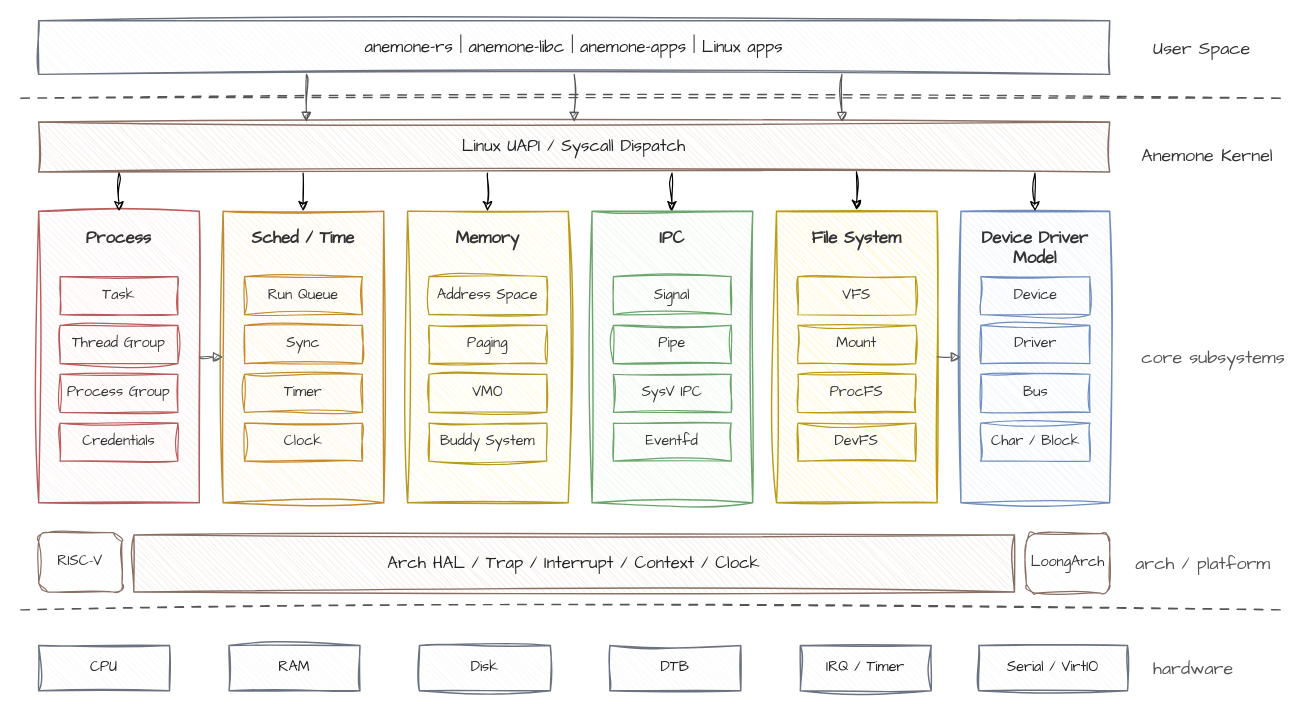
Above: report/kernel-report/assets/anemone-architecture.drawio in anemone-os/anemone (draw.io), before the change. Source tidied: cells renumbered, new cells numbered last; positions are measured from the earlier drawing's top-left corner, leaving out a move shared by most shapes. Both pictures are drawn from the tidied source at 119%, with x=0, y=0 at pixel (20, 20).
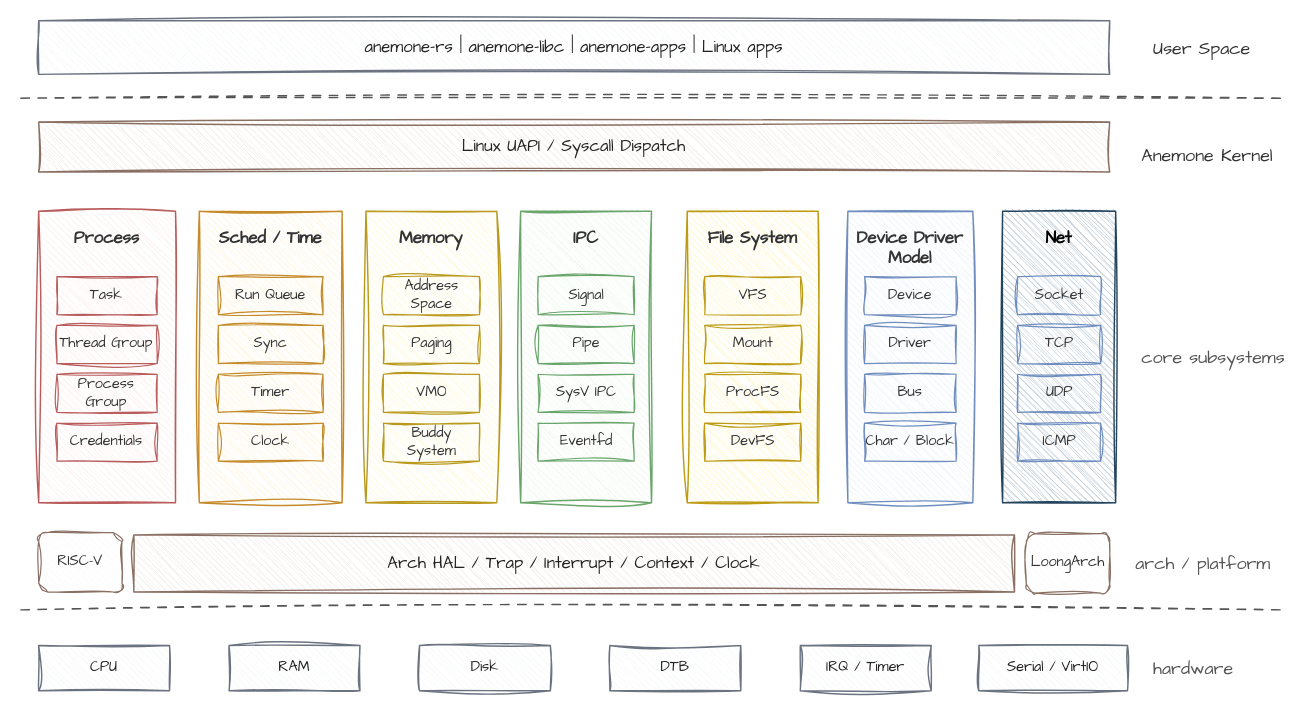
The same page after the edit.

Unchanged cells that the change refers to:
```xml
<mxCell id="2" value="anemone-rs | anemone-libc | anemone-apps | Linux apps" style="rounded=0;whiteSpace=wrap;html=1;hachureGap=4;hachureAngle=45;roughness=1;fillColor=#f7f8fa;strokeColor=#6b7280;fontColor=#222222;fontFamily=Comic Sans MS;fontSize=14;strokeWidth=1.2;sketch=1;curveFitting=1;jiggle=2;" parent="1" vertex="1">
  <mxGeometry x="15" width="900" height="45" as="geometry" />
</mxCell>
<mxCell id="3" value="Linux UAPI / Syscall Dispatch" style="rounded=0;whiteSpace=wrap;html=1;hachureGap=4;hachureAngle=45;roughness=1;fillColor=#f1ebe7;strokeColor=#8a6f63;fontColor=#222222;fontFamily=Comic Sans MS;fontSize=14;strokeWidth=1.2;sketch=1;curveFitting=1;jiggle=2;" parent="1" vertex="1">
  <mxGeometry x="15" y="85" width="900" height="42" as="geometry" />
</mxCell>
```

What changed in the source:
```diff
@@
     <mxCell id="7" value="Process" style="rounded=0;whiteSpace=wrap;html=1;hachureGap=4;hachureAngle=45;roughness=1;fillColor=#fdeeee;strokeColor=#b95c5c;fontColor=#333333;fontFamily=Comic Sans MS;fontSize=14;fontStyle=1;verticalAlign=top;spacingTop=8;strokeWidth=1.2;sketch=1;curveFitting=1;jiggle=2;" parent="1" vertex="1">
-      <mxGeometry x="15" y="160" width="135" height="245" as="geometry" />
+      <mxGeometry x="15" y="160" width="115" height="245" as="geometry" />
     </mxCell>
     <mxCell id="8" value="Task" style="rounded=0;whiteSpace=wrap;html=1;hachureGap=4;hachureAngle=45;roughness=1;fillColor=#fff6f6;strokeColor=#b95c5c;fontColor=#333333;fontFamily=Comic Sans MS;fontSize=12;strokeWidth=1;sketch=1;curveFitting=1;jiggle=2;" parent="7" vertex="1">
-      <mxGeometry x="18" y="55" width="99" height="32" as="geometry" />
+      <mxGeometry x="15.3" y="55" width="84.3" height="32" as="geometry" />
     </mxCell>
     <mxCell id="9" value="Thread Group" style="rounded=0;whiteSpace=wrap;html=1;hachureGap=4;hachureAngle=45;roughness=1;fillColor=#fff6f6;strokeColor=#b95c5c;fontColor=#333333;fontFamily=Comic Sans MS;fontSize=12;strokeWidth=1;sketch=1;curveFitting=1;jiggle=2;" parent="7" vertex="1">
-      <mxGeometry x="18" y="96" width="99" height="32" as="geometry" />
+      <mxGeometry x="15.3" y="96" width="84.3" height="32" as="geometry" />
     </mxCell>
     <mxCell id="10" value="Process Group" style="rounded=0;whiteSpace=wrap;html=1;hachureGap=4;hachureAngle=45;roughness=1;fillColor=#fff6f6;strokeColor=#b95c5c;fontColor=#333333;fontFamily=Comic Sans MS;fontSize=12;strokeWidth=1;sketch=1;curveFitting=1;jiggle=2;" parent="7" vertex="1">
-      <mxGeometry x="18" y="137" width="99" height="32" as="geometry" />
+      <mxGeometry x="15.3" y="137" width="84.3" height="32" as="geometry" />
     </mxCell>
     <mxCell id="11" value="Credentials" style="rounded=0;whiteSpace=wrap;html=1;hachureGap=4;hachureAngle=45;roughness=1;fillColor=#fff6f6;strokeColor=#b95c5c;fontColor=#333333;fontFamily=Comic Sans MS;fontSize=12;strokeWidth=1;sketch=1;curveFitting=1;jiggle=2;" parent="7" vertex="1">
-      <mxGeometry x="18" y="178" width="99" height="32" as="geometry" />
+      <mxGeometry x="15.3" y="178" width="84.3" height="32" as="geometry" />
     </mxCell>
     <mxCell id="12" value="Sched / Time" style="rounded=0;whiteSpace=wrap;html=1;hachureGap=4;hachureAngle=45;roughness=1;fillColor=#fff4dc;strokeColor=#c58a2a;fontColor=#333333;fontFamily=Comic Sans MS;fontSize=14;fontStyle=1;verticalAlign=top;spacingTop=8;strokeWidth=1.2;sketch=1;curveFitting=1;jiggle=2;" parent="1" vertex="1">
-      <mxGeometry x="170" y="160" width="135" height="245" as="geometry" />
+      <mxGeometry x="150" y="160" width="120" height="245" as="geometry" />
     </mxCell>
     <mxCell id="13" value="Run Queue" style="rounded=0;whiteSpace=wrap;html=1;hachureGap=4;hachureAngle=45;roughness=1;fillColor=#fffaf0;strokeColor=#c58a2a;fontColor=#333333;fontFamily=Comic Sans MS;fontSize=12;strokeWidth=1;sketch=1;curveFitting=1;jiggle=2;" parent="12" vertex="1">
-      <mxGeometry x="18" y="55" width="99" height="32" as="geometry" />
+      <mxGeometry x="16" y="55" width="88" height="32" as="geometry" />
     </mxCell>
     <mxCell id="14" value="Sync" style="rounded=0;whiteSpace=wrap;html=1;hachureGap=4;hachureAngle=45;roughness=1;fillColor=#fffaf0;strokeColor=#c58a2a;fontColor=#333333;fontFamily=Comic Sans MS;fontSize=12;strokeWidth=1;sketch=1;curveFitting=1;jiggle=2;" parent="12" vertex="1">
-      <mxGeometry x="18" y="96" width="99" height="32" as="geometry" />
+      <mxGeometry x="16" y="96" width="88" height="32" as="geometry" />
     </mxCell>
     <mxCell id="15" value="Timer" style="rounded=0;whiteSpace=wrap;html=1;hachureGap=4;hachureAngle=45;roughness=1;fillColor=#fffaf0;strokeColor=#c58a2a;fontColor=#333333;fontFamily=Comic Sans MS;fontSize=12;strokeWidth=1;sketch=1;curveFitting=1;jiggle=2;" parent="12" vertex="1">
-      <mxGeometry x="18" y="137" width="99" height="32" as="geometry" />
+      <mxGeometry x="16" y="137" width="88" height="32" as="geometry" />
     </mxCell>
     <mxCell id="16" value="Clock" style="rounded=0;whiteSpace=wrap;html=1;hachureGap=4;hachureAngle=45;roughness=1;fillColor=#fffaf0;strokeColor=#c58a2a;fontColor=#333333;fontFamily=Comic Sans MS;fontSize=12;strokeWidth=1;sketch=1;curveFitting=1;jiggle=2;" parent="12" vertex="1">
-      <mxGeometry x="18" y="178" width="99" height="32" as="geometry" />
+      <mxGeometry x="16" y="178" width="88" height="32" as="geometry" />
     </mxCell>
     <mxCell id="17" value="Memory" style="rounded=0;whiteSpace=wrap;html=1;hachureGap=4;hachureAngle=45;roughness=1;fillColor=#fff8d7;strokeColor=#b99a1f;fontColor=#333333;fontFamily=Comic Sans MS;fontSize=14;fontStyle=1;verticalAlign=top;spacingTop=8;strokeWidth=1.2;sketch=1;curveFitting=1;jiggle=2;" parent="1" vertex="1">
-      <mxGeometry x="325" y="160" width="135" height="245" as="geometry" />
+      <mxGeometry x="290" y="160" width="110" height="245" as="geometry" />
     </mxCell>
     <mxCell id="18" value="Address Space" style="rounded=0;whiteSpace=wrap;html=1;hachureGap=4;hachureAngle=45;roughness=1;fillColor=#fffdf0;strokeColor=#b99a1f;fontColor=#333333;fontFamily=Comic Sans MS;fontSize=12;strokeWidth=1;sketch=1;curveFitting=1;jiggle=2;" parent="17" vertex="1">
-      <mxGeometry x="18" y="55" width="99" height="32" as="geometry" />
+      <mxGeometry x="14.7" y="55" width="80.7" height="32" as="geometry" />
     </mxCell>
     <mxCell id="19" value="Paging" style="rounded=0;whiteSpace=wrap;html=1;hachureGap=4;hachureAngle=45;roughness=1;fillColor=#fffdf0;strokeColor=#b99a1f;fontColor=#333333;fontFamily=Comic Sans MS;fontSize=12;strokeWidth=1;sketch=1;curveFitting=1;jiggle=2;" parent="17" vertex="1">
-      <mxGeometry x="18" y="96" width="99" height="32" as="geometry" />
+      <mxGeometry x="14.7" y="96" width="80.7" height="32" as="geometry" />
     </mxCell>
     <mxCell id="20" value="VMO" style="rounded=0;whiteSpace=wrap;html=1;hachureGap=4;hachureAngle=45;roughness=1;fillColor=#fffdf0;strokeColor=#b99a1f;fontColor=#333333;fontFamily=Comic Sans MS;fontSize=12;strokeWidth=1;sketch=1;curveFitting=1;jiggle=2;" parent="17" vertex="1">
-      <mxGeometry x="18" y="137" width="99" height="32" as="geometry" />
+      <mxGeometry x="14.7" y="137" width="80.7" height="32" as="geometry" />
     </mxCell>
     <mxCell id="21" value="Buddy System" style="rounded=0;whiteSpace=wrap;html=1;hachureGap=4;hachureAngle=45;roughness=1;fillColor=#fffdf0;strokeColor=#b99a1f;fontColor=#333333;fontFamily=Comic Sans MS;fontSize=12;strokeWidth=1;sketch=1;curveFitting=1;jiggle=2;" parent="17" vertex="1">
-      <mxGeometry x="18" y="178" width="99" height="32" as="geometry" />
+      <mxGeometry x="14.7" y="178" width="80.7" height="32" as="geometry" />
     </mxCell>
     <mxCell id="22" value="IPC" style="rounded=0;whiteSpace=wrap;html=1;hachureGap=4;hachureAngle=45;roughness=1;fillColor=#edf7ec;strokeColor=#6aa56b;fontColor=#333333;fontFamily=Comic Sans MS;fontSize=14;fontStyle=1;verticalAlign=top;spacingTop=8;strokeWidth=1.2;sketch=1;curveFitting=1;jiggle=2;" parent="1" vertex="1">
-      <mxGeometry x="480" y="160" width="135" height="245" as="geometry" />
+      <mxGeometry x="420" y="160" width="110" height="245" as="geometry" />
     </mxCell>
     <mxCell id="23" value="Signal" style="rounded=0;whiteSpace=wrap;html=1;hachureGap=4;hachureAngle=45;roughness=1;fillColor=#f7fff6;strokeColor=#6aa56b;fontColor=#333333;fontFamily=Comic Sans MS;fontSize=12;strokeWidth=1;sketch=1;curveFitting=1;jiggle=2;" parent="22" vertex="1">
-      <mxGeometry x="18" y="55" width="99" height="32" as="geometry" />
+      <mxGeometry x="14.7" y="55" width="80.7" height="32" as="geometry" />
     </mxCell>
     <mxCell id="24" value="Pipe" style="rounded=0;whiteSpace=wrap;html=1;hachureGap=4;hachureAngle=45;roughness=1;fillColor=#f7fff6;strokeColor=#6aa56b;fontColor=#333333;fontFamily=Comic Sans MS;fontSize=12;strokeWidth=1;sketch=1;curveFitting=1;jiggle=2;" parent="22" vertex="1">
-      <mxGeometry x="18" y="96" width="99" height="32" as="geometry" />
+      <mxGeometry x="14.7" y="96" width="80.7" height="32" as="geometry" />
     </mxCell>
     <mxCell id="25" value="SysV IPC" style="rounded=0;whiteSpace=wrap;html=1;hachureGap=4;hachureAngle=45;roughness=1;fillColor=#f7fff6;strokeColor=#6aa56b;fontColor=#333333;fontFamily=Comic Sans MS;fontSize=12;strokeWidth=1;sketch=1;curveFitting=1;jiggle=2;" parent="22" vertex="1">
-      <mxGeometry x="18" y="137" width="99" height="32" as="geometry" />
+      <mxGeometry x="14.7" y="137" width="80.7" height="32" as="geometry" />
     </mxCell>
     <mxCell id="26" value="Eventfd" style="rounded=0;whiteSpace=wrap;html=1;hachureGap=4;hachureAngle=45;roughness=1;fillColor=#f7fff6;strokeColor=#6aa56b;fontColor=#333333;fontFamily=Comic Sans MS;fontSize=12;strokeWidth=1;sketch=1;curveFitting=1;jiggle=2;" parent="22" vertex="1">
-      <mxGeometry x="18" y="178" width="99" height="32" as="geometry" />
+      <mxGeometry x="14.7" y="178" width="80.7" height="32" as="geometry" />
     </mxCell>
     <mxCell id="27" value="File System" style="rounded=0;whiteSpace=wrap;html=1;hachureGap=4;hachureAngle=45;roughness=1;fillColor=#fff5c7;strokeColor=#bd9b15;fontColor=#333333;fontFamily=Comic Sans MS;fontSize=14;fontStyle=1;verticalAlign=top;spacingTop=8;strokeWidth=1.2;sketch=1;curveFitting=1;jiggle=2;" parent="1" vertex="1">
-      <mxGeometry x="635" y="160" width="135" height="245" as="geometry" />
+      <mxGeometry x="560" y="160" width="110" height="245" as="geometry" />
     </mxCell>
     <mxCell id="28" value="VFS" style="rounded=0;whiteSpace=wrap;html=1;hachureGap=4;hachureAngle=45;roughness=1;fillColor=#fffdf0;strokeColor=#bd9b15;fontColor=#333333;fontFamily=Comic Sans MS;fontSize=12;strokeWidth=1;sketch=1;curveFitting=1;jiggle=2;" parent="27" vertex="1">
-      <mxGeometry x="18" y="55" width="99" height="32" as="geometry" />
+      <mxGeometry x="14.7" y="55" width="80.7" height="32" as="geometry" />
     </mxCell>
     <mxCell id="29" value="Mount" style="rounded=0;whiteSpace=wrap;html=1;hachureGap=4;hachureAngle=45;roughness=1;fillColor=#fffdf0;strokeColor=#bd9b15;fontColor=#333333;fontFamily=Comic Sans MS;fontSize=12;strokeWidth=1;sketch=1;curveFitting=1;jiggle=2;" parent="27" vertex="1">
-      <mxGeometry x="18" y="96" width="99" height="32" as="geometry" />
+      <mxGeometry x="14.7" y="96" width="80.7" height="32" as="geometry" />
     </mxCell>
     <mxCell id="30" value="ProcFS" style="rounded=0;whiteSpace=wrap;html=1;hachureGap=4;hachureAngle=45;roughness=1;fillColor=#fffdf0;strokeColor=#bd9b15;fontColor=#333333;fontFamily=Comic Sans MS;fontSize=12;strokeWidth=1;sketch=1;curveFitting=1;jiggle=2;" parent="27" vertex="1">
-      <mxGeometry x="18" y="137" width="99" height="32" as="geometry" />
+      <mxGeometry x="14.7" y="137" width="80.7" height="32" as="geometry" />
     </mxCell>
     <mxCell id="31" value="DevFS" style="rounded=0;whiteSpace=wrap;html=1;hachureGap=4;hachureAngle=45;roughness=1;fillColor=#fffdf0;strokeColor=#bd9b15;fontColor=#333333;fontFamily=Comic Sans MS;fontSize=12;strokeWidth=1;sketch=1;curveFitting=1;jiggle=2;" parent="27" vertex="1">
-      <mxGeometry x="18" y="178" width="99" height="32" as="geometry" />
+      <mxGeometry x="14.7" y="178" width="80.7" height="32" as="geometry" />
     </mxCell>
     <mxCell id="32" value="Device Driver&#10;Model" style="rounded=0;whiteSpace=wrap;html=1;hachureGap=4;hachureAngle=45;roughness=1;fillColor=#edf3fb;strokeColor=#6f8ebf;fontColor=#333333;fontFamily=Comic Sans MS;fontSize=14;fontStyle=1;verticalAlign=top;spacingTop=8;strokeWidth=1.2;sketch=1;curveFitting=1;jiggle=2;" parent="1" vertex="1">
-      <mxGeometry x="790" y="160" width="125" height="245" as="geometry" />
+      <mxGeometry x="695" y="160" width="105" height="245" as="geometry" />
     </mxCell>
     <mxCell id="33" value="Device" style="rounded=0;whiteSpace=wrap;html=1;hachureGap=4;hachureAngle=45;roughness=1;fillColor=#f8fbff;strokeColor=#6f8ebf;fontColor=#333333;fontFamily=Comic Sans MS;fontSize=12;strokeWidth=1;sketch=1;curveFitting=1;jiggle=2;" parent="32" vertex="1">
-      <mxGeometry x="16.7" y="55" width="91.7" height="32" as="geometry" />
+      <mxGeometry x="14" y="55" width="77" height="32" as="geometry" />
     </mxCell>
     <mxCell id="34" value="Driver" style="rounded=0;whiteSpace=wrap;html=1;hachureGap=4;hachureAngle=45;roughness=1;fillColor=#f8fbff;strokeColor=#6f8ebf;fontColor=#333333;fontFamily=Comic Sans MS;fontSize=12;strokeWidth=1;sketch=1;curveFitting=1;jiggle=2;" parent="32" vertex="1">
-      <mxGeometry x="16.7" y="96" width="91.7" height="32" as="geometry" />
+      <mxGeometry x="14" y="96" width="77" height="32" as="geometry" />
     </mxCell>
     <mxCell id="35" value="Bus" style="rounded=0;whiteSpace=wrap;html=1;hachureGap=4;hachureAngle=45;roughness=1;fillColor=#f8fbff;strokeColor=#6f8ebf;fontColor=#333333;fontFamily=Comic Sans MS;fontSize=12;strokeWidth=1;sketch=1;curveFitting=1;jiggle=2;" parent="32" vertex="1">
-      <mxGeometry x="16.7" y="137" width="91.7" height="32" as="geometry" />
+      <mxGeometry x="14" y="137" width="77" height="32" as="geometry" />
     </mxCell>
     <mxCell id="36" value="Char / Block" style="rounded=0;whiteSpace=wrap;html=1;hachureGap=4;hachureAngle=45;roughness=1;fillColor=#f8fbff;strokeColor=#6f8ebf;fontColor=#333333;fontFamily=Comic Sans MS;fontSize=12;strokeWidth=1;sketch=1;curveFitting=1;jiggle=2;" parent="32" vertex="1">
-      <mxGeometry x="16.7" y="178" width="91.7" height="32" as="geometry" />
+      <mxGeometry x="14" y="178" width="77" height="32" as="geometry" />
     </mxCell>
@@
-    <mxCell id="48" style="edgeStyle=orthogonalEdgeStyle;rounded=1;jettySize=auto;html=1;strokeColor=#555555;endArrow=block;endFill=1;exitX=0.25;exitY=1;exitDx=0;exitDy=0;entryX=0.25;entryY=0;entryDx=0;entryDy=0;sketch=1;curveFitting=1;jiggle=2;" parent="1" edge="1" source="2" target="3">
-      <mxGeometry relative="1" as="geometry" />
-    </mxCell>
-    <mxCell id="49" style="edgeStyle=orthogonalEdgeStyle;rounded=1;jettySize=auto;html=1;strokeColor=#555555;endArrow=block;endFill=1;exitX=0.5;exitY=1;exitDx=0;exitDy=0;entryX=0.5;entryY=0;entryDx=0;entryDy=0;sketch=1;curveFitting=1;jiggle=2;" parent="1" edge="1" source="2" target="3">
-      <mxGeometry relative="1" as="geometry" />
-    </mxCell>
-    <mxCell id="50" style="edgeStyle=orthogonalEdgeStyle;rounded=1;jettySize=auto;html=1;strokeColor=#555555;endArrow=block;endFill=1;exitX=0.75;exitY=1;exitDx=0;exitDy=0;entryX=0.75;entryY=0;entryDx=0;entryDy=0;sketch=1;curveFitting=1;jiggle=2;" parent="1" edge="1" source="2" target="3">
-      <mxGeometry relative="1" as="geometry" />
-    </mxCell>
-    <mxCell id="51" style="edgeStyle=orthogonalEdgeStyle;rounded=1;jettySize=auto;html=1;strokeColor=#666666;endArrow=block;endFill=1;exitX=1;exitY=0.5;exitDx=0;exitDy=0;entryX=0;entryY=0.5;entryDx=0;entryDy=0;sketch=1;curveFitting=1;jiggle=2;" parent="1" edge="1" source="7" target="12">
-      <mxGeometry relative="1" as="geometry" />
-    </mxCell>
-    <mxCell id="52" style="edgeStyle=orthogonalEdgeStyle;rounded=1;jettySize=auto;html=1;strokeColor=#666666;endArrow=block;endFill=1;exitX=1;exitY=0.5;exitDx=0;exitDy=0;entryX=0;entryY=0.5;entryDx=0;entryDy=0;sketch=1;curveFitting=1;jiggle=2;" parent="1" edge="1" source="27" target="32">
-      <mxGeometry relative="1" as="geometry" />
-    </mxCell>
@@
-    <mxCell id="55" style="endArrow=classic;html=1;rounded=0;exitX=0.075;exitY=1.02;exitDx=0;exitDy=0;exitPerimeter=0;entryX=0.5;entryY=0;entryDx=0;entryDy=0;sketch=1;curveFitting=1;jiggle=2;" parent="1" edge="1" source="3" target="7">
-      <mxGeometry relative="1" as="geometry" />
-    </mxCell>
-    <mxCell id="56" style="endArrow=classic;html=1;rounded=0;exitX=0.075;exitY=1.02;exitDx=0;exitDy=0;exitPerimeter=0;entryX=0.5;entryY=0;entryDx=0;entryDy=0;sketch=1;curveFitting=1;jiggle=2;" parent="1" edge="1">
-      <mxGeometry relative="1" as="geometry">
-        <mxPoint x="237.2" y="128" as="sourcePoint" />
-        <mxPoint x="237.2" y="160" as="targetPoint" />
-      </mxGeometry>
-    </mxCell>
-    <mxCell id="57" style="endArrow=classic;html=1;rounded=0;exitX=0.075;exitY=1.02;exitDx=0;exitDy=0;exitPerimeter=0;entryX=0.5;entryY=0;entryDx=0;entryDy=0;sketch=1;curveFitting=1;jiggle=2;" parent="1" edge="1">
-      <mxGeometry relative="1" as="geometry">
-        <mxPoint x="392.2" y="128" as="sourcePoint" />
-        <mxPoint x="392.2" y="160" as="targetPoint" />
-      </mxGeometry>
-    </mxCell>
-    <mxCell id="58" style="endArrow=classic;html=1;rounded=0;exitX=0.075;exitY=1.02;exitDx=0;exitDy=0;exitPerimeter=0;entryX=0.5;entryY=0;entryDx=0;entryDy=0;sketch=1;curveFitting=1;jiggle=2;" parent="1" edge="1">
-      <mxGeometry relative="1" as="geometry">
-        <mxPoint x="547.2" y="128" as="sourcePoint" />
-        <mxPoint x="547.2" y="160" as="targetPoint" />
-      </mxGeometry>
-    </mxCell>
-    <mxCell id="59" style="endArrow=classic;html=1;rounded=0;exitX=0.075;exitY=1.02;exitDx=0;exitDy=0;exitPerimeter=0;entryX=0.5;entryY=0;entryDx=0;entryDy=0;sketch=1;curveFitting=1;jiggle=2;" parent="1" edge="1">
-      <mxGeometry relative="1" as="geometry">
-        <mxPoint x="702.2" y="127" as="sourcePoint" />
-        <mxPoint x="702.2" y="159" as="targetPoint" />
-      </mxGeometry>
-    </mxCell>
-    <mxCell id="60" style="endArrow=classic;html=1;rounded=0;exitX=0.075;exitY=1.02;exitDx=0;exitDy=0;exitPerimeter=0;entryX=0.5;entryY=0;entryDx=0;entryDy=0;sketch=1;curveFitting=1;jiggle=2;" parent="1" edge="1">
-      <mxGeometry relative="1" as="geometry">
-        <mxPoint x="852.2" y="128" as="sourcePoint" />
-        <mxPoint x="852.2" y="160" as="targetPoint" />
-      </mxGeometry>
-    </mxCell>
+    <mxCell id="61" value="Net" style="rounded=0;whiteSpace=wrap;html=1;hachureGap=4;hachureAngle=45;roughness=1;fillColor=#bac8d3;strokeColor=#23445d;fontFamily=Comic Sans MS;fontSize=14;fontStyle=1;verticalAlign=top;spacingTop=8;strokeWidth=1.2;sketch=1;curveFitting=1;jiggle=2;" parent="1" vertex="1">
+      <mxGeometry x="825" y="160" width="95" height="245" as="geometry" />
+    </mxCell>
+    <mxCell id="62" value="Socket" style="rounded=0;whiteSpace=wrap;html=1;hachureGap=4;hachureAngle=45;roughness=1;fillColor=#f8fbff;strokeColor=#6f8ebf;fontColor=#333333;fontFamily=Comic Sans MS;fontSize=12;strokeWidth=1;sketch=1;curveFitting=1;jiggle=2;" parent="61" vertex="1">
+      <mxGeometry x="12.7" y="55" width="69.7" height="32" as="geometry" />
+    </mxCell>
+    <mxCell id="63" value="TCP" style="rounded=0;whiteSpace=wrap;html=1;hachureGap=4;hachureAngle=45;roughness=1;fillColor=#f8fbff;strokeColor=#6f8ebf;fontColor=#333333;fontFamily=Comic Sans MS;fontSize=12;strokeWidth=1;sketch=1;curveFitting=1;jiggle=2;" parent="61" vertex="1">
+      <mxGeometry x="12.7" y="96" width="69.7" height="32" as="geometry" />
+    </mxCell>
+    <mxCell id="64" value="UDP" style="rounded=0;whiteSpace=wrap;html=1;hachureGap=4;hachureAngle=45;roughness=1;fillColor=#f8fbff;strokeColor=#6f8ebf;fontColor=#333333;fontFamily=Comic Sans MS;fontSize=12;strokeWidth=1;sketch=1;curveFitting=1;jiggle=2;" parent="61" vertex="1">
+      <mxGeometry x="12.7" y="137" width="69.7" height="32" as="geometry" />
+    </mxCell>
+    <mxCell id="65" value="ICMP" style="rounded=0;whiteSpace=wrap;html=1;hachureGap=4;hachureAngle=45;roughness=1;fillColor=#f8fbff;strokeColor=#6f8ebf;fontColor=#333333;fontFamily=Comic Sans MS;fontSize=12;strokeWidth=1;sketch=1;curveFitting=1;jiggle=2;" parent="61" vertex="1">
+      <mxGeometry x="12.7" y="178" width="69.7" height="32" as="geometry" />
+    </mxCell>
```
